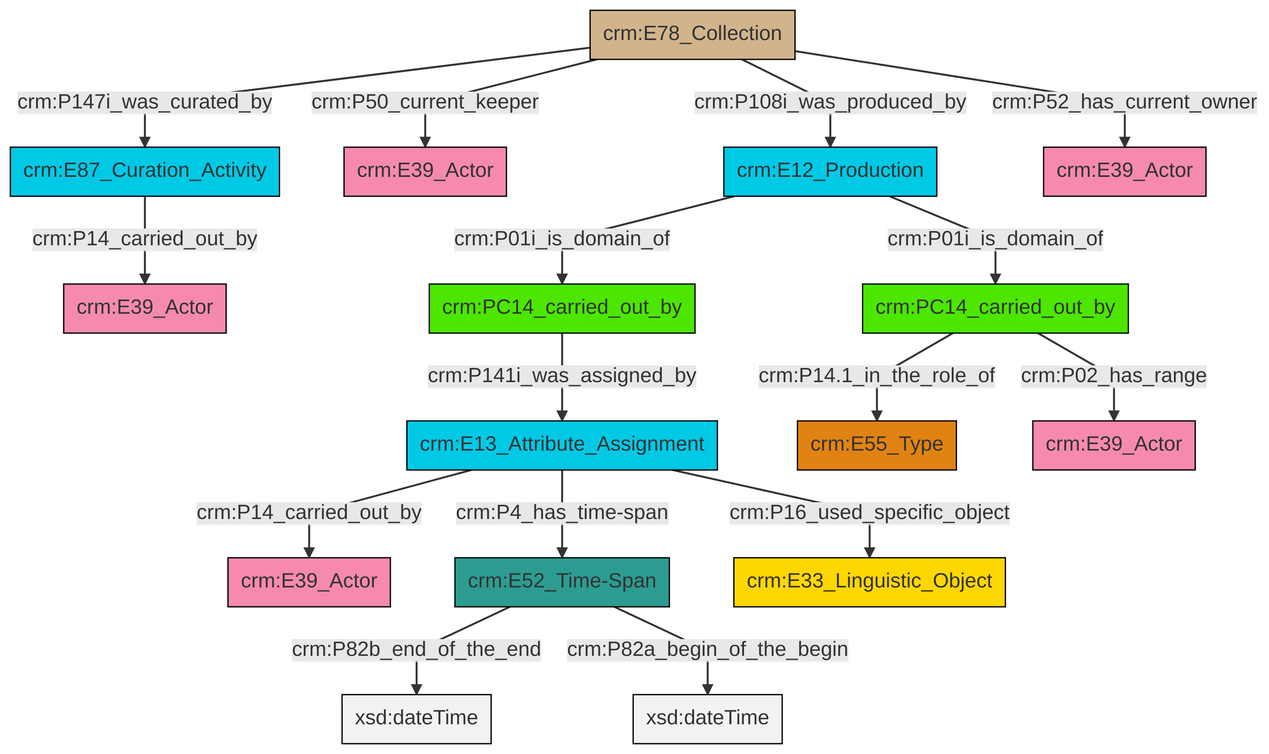
Earlier version of the Mermaid export et/archivalCSV/ttl/mmd/png/archival_relation.png (swiss-art-research-net/docs.swissartresearch). Its source is kept beside it as et/archivalCSV/ttl/mmd/archival_relation.ttl.mmd.
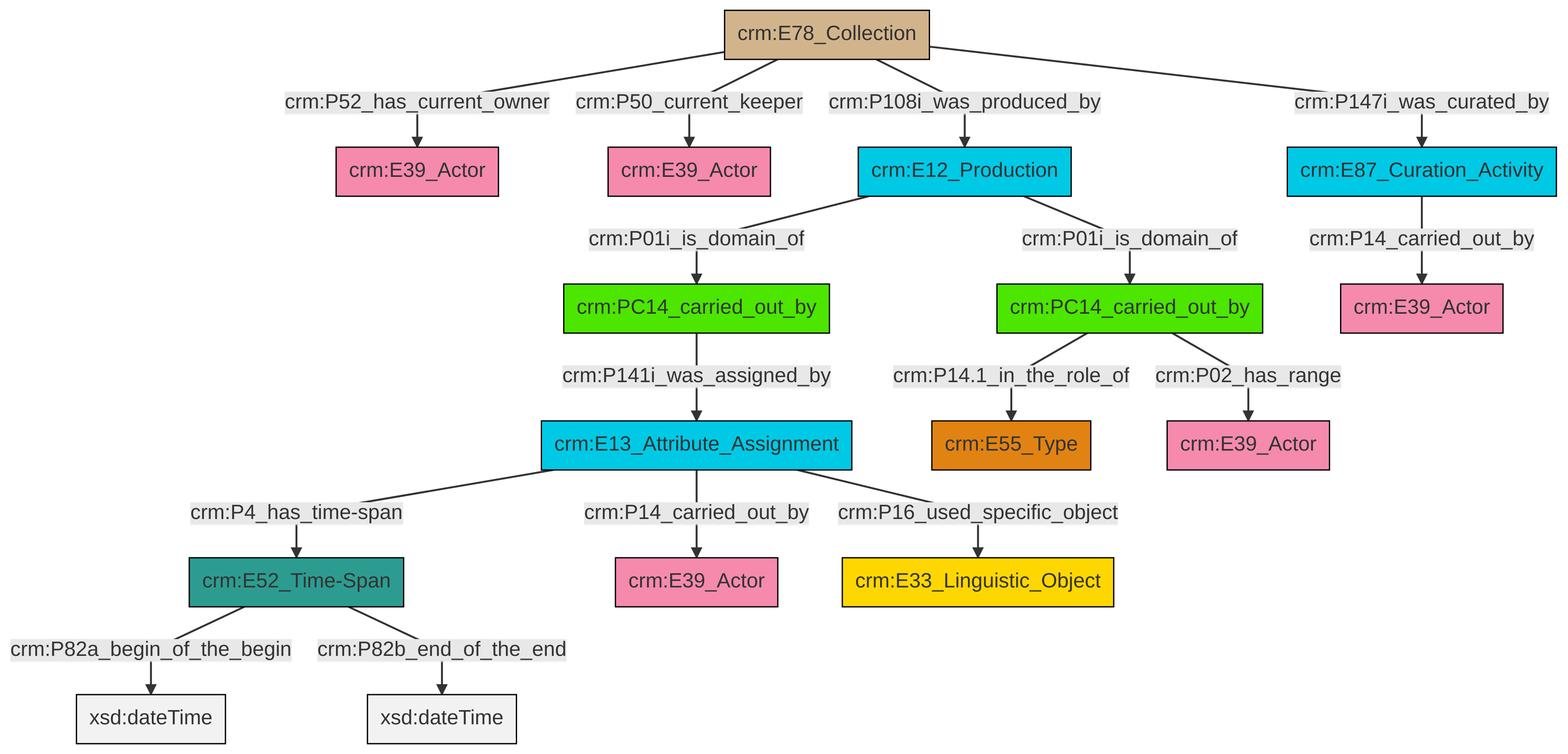
Later version of the same file.

Change to the diagram source:
```diff
@@ -13,18 +13,18 @@
 classDef PC_Classes fill:#4ce600, stroke:#000000;
 classDef Multi fill:#cccccc,stroke:#000000;
 
-0["crm:E87_Curation_Activity"]:::Temporal_Entity -->|crm:P14_carried_out_by| 1["crm:E39_Actor"]:::Actor
-2["crm:E13_Attribute_Assignment"]:::Temporal_Entity -->|crm:P14_carried_out_by| 3["crm:E39_Actor"]:::Actor
-10["crm:E52_Time-Span"]:::Time-Span -->|crm:P82b_end_of_the_end| 14[xsd:dateTime]:::Literal
-18["crm:E12_Production"]:::Temporal_Entity -->|crm:P01i_is_domain_of| 4["crm:PC14_carried_out_by"]:::PC_Classes
-8["crm:E78_Collection"]:::Physical_Thing -->|crm:P108i_was_produced_by| 18["crm:E12_Production"]:::Temporal_Entity
-8["crm:E78_Collection"]:::Physical_Thing -->|crm:P147i_was_curated_by| 0["crm:E87_Curation_Activity"]:::Temporal_Entity
-10["crm:E52_Time-Span"]:::Time-Span -->|crm:P82a_begin_of_the_begin| 20[xsd:dateTime]:::Literal
-2["crm:E13_Attribute_Assignment"]:::Temporal_Entity -->|crm:P4_has_time-span| 10["crm:E52_Time-Span"]:::Time-Span
-2["crm:E13_Attribute_Assignment"]:::Temporal_Entity -->|crm:P16_used_specific_object| 12["crm:E33_Linguistic_Object"]:::Conceptual_Object
-8["crm:E78_Collection"]:::Physical_Thing -->|crm:P50_current_keeper| 15["crm:E39_Actor"]:::Actor
-8["crm:E78_Collection"]:::Physical_Thing -->|crm:P52_has_current_owner| 24["crm:E39_Actor"]:::Actor
-18["crm:E12_Production"]:::Temporal_Entity -->|crm:P01i_is_domain_of| 26["crm:PC14_carried_out_by"]:::PC_Classes
-26["crm:PC14_carried_out_by"]:::PC_Classes -->|crm:P14.1_in_the_role_of| 6["crm:E55_Type"]:::Type
-26["crm:PC14_carried_out_by"]:::PC_Classes -->|crm:P02_has_range| 21["crm:E39_Actor"]:::Actor
-4["crm:PC14_carried_out_by"]:::PC_Classes -->|crm:P141i_was_assigned_by| 2["crm:E13_Attribute_Assignment"]:::Temporal_Entity
+2["crm:E78_Collection"]:::Physical_Thing -->|crm:P50_current_keeper| 3["crm:E39_Actor"]:::Actor
+6["crm:E12_Production"]:::Temporal_Entity -->|crm:P01i_is_domain_of| 4["crm:PC14_carried_out_by"]:::PC_Classes
+7["crm:E13_Attribute_Assignment"]:::Temporal_Entity -->|crm:P4_has_time-span| 8["crm:E52_Time-Span"]:::Time-Span
+6["crm:E12_Production"]:::Temporal_Entity -->|crm:P01i_is_domain_of| 12["crm:PC14_carried_out_by"]:::PC_Classes
+7["crm:E13_Attribute_Assignment"]:::Temporal_Entity -->|crm:P14_carried_out_by| 10["crm:E39_Actor"]:::Actor
+12["crm:PC14_carried_out_by"]:::PC_Classes -->|crm:P14.1_in_the_role_of| 13["crm:E55_Type"]:::Type
+7["crm:E13_Attribute_Assignment"]:::Temporal_Entity -->|crm:P16_used_specific_object| 18["crm:E33_Linguistic_Object"]:::Conceptual_Object
+2["crm:E78_Collection"]:::Physical_Thing -->|crm:P147i_was_curated_by| 19["crm:E87_Curation_Activity"]:::Temporal_Entity
+12["crm:PC14_carried_out_by"]:::PC_Classes -->|crm:P02_has_range| 16["crm:E39_Actor"]:::Actor
+2["crm:E78_Collection"]:::Physical_Thing -->|crm:P52_has_current_owner| 0["crm:E39_Actor"]:::Actor
+19["crm:E87_Curation_Activity"]:::Temporal_Entity -->|crm:P14_carried_out_by| 14["crm:E39_Actor"]:::Actor
+2["crm:E78_Collection"]:::Physical_Thing -->|crm:P108i_was_produced_by| 6["crm:E12_Production"]:::Temporal_Entity
+8["crm:E52_Time-Span"]:::Time-Span -->|crm:P82a_begin_of_the_begin| 25[xsd:dateTime]:::Literal
+8["crm:E52_Time-Span"]:::Time-Span -->|crm:P82b_end_of_the_end| 26[xsd:dateTime]:::Literal
+4["crm:PC14_carried_out_by"]:::PC_Classes -->|crm:P141i_was_assigned_by| 7["crm:E13_Attribute_Assignment"]:::Temporal_Entity
```
